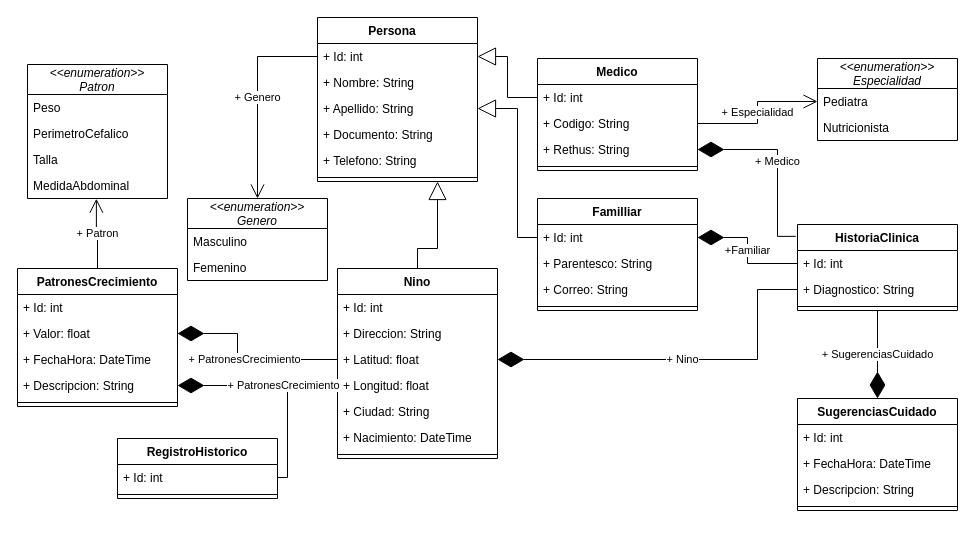
This is HogarGestorEntidades.drawio from dusaguro/HogarGestor, a draw.io file, before an edit. Source tidied: cells renumbered, new cells numbered last; positions are measured from the earlier drawing's top-left corner, leaving out a move shared by most shapes. Both pictures are drawn from the tidied source at 100%, with x=0, y=0 at pixel (17, 17).
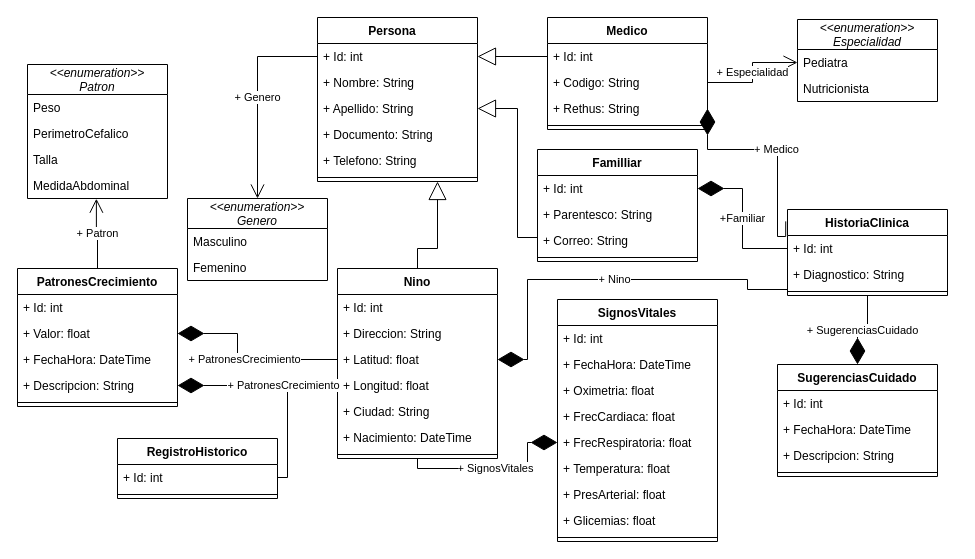
After the change.

The change refers to these unchanged cells:
```xml
<mxCell id="24" value="Nino" style="swimlane;fontStyle=1;align=center;verticalAlign=top;horizontal=1;startSize=26;" parent="1" vertex="1">
  <mxGeometry x="320" y="251" width="160" height="190" as="geometry" />
</mxCell>
<mxCell id="27" value="+ Latitud: float" style="text;strokeColor=none;fillColor=none;align=left;verticalAlign=top;spacingLeft=4;spacingRight=4;overflow=hidden;points=[[0,0.5],[1,0.5]];portConstraint=eastwest;" parent="24" vertex="1">
  <mxGeometry y="78" width="160" height="26" as="geometry" />
</mxCell>
<mxCell id="40" value="+ Diagnostico: String" style="text;strokeColor=none;fillColor=none;align=left;verticalAlign=top;spacingLeft=4;spacingRight=4;overflow=hidden;points=[[0,0.5],[1,0.5]];portConstraint=eastwest;" parent="38" vertex="1">
  <mxGeometry y="52" width="160" height="26" as="geometry" />
</mxCell>
```

What changed in the source:
```diff
@@
     <mxCell id="9" value="Familliar" style="swimlane;fontStyle=1;align=center;verticalAlign=top;horizontal=1;startSize=26;" parent="1" vertex="1">
-      <mxGeometry x="520" y="181" width="160" height="112" as="geometry" />
+      <mxGeometry x="520" y="132" width="160" height="112" as="geometry" />
     </mxCell>
@@
     <mxCell id="14" value="Medico" style="swimlane;fontStyle=1;align=center;verticalAlign=top;horizontal=1;startSize=26;" parent="1" vertex="1">
-      <mxGeometry x="520" y="41" width="160" height="112" as="geometry" />
+      <mxGeometry x="530" width="160" height="112" as="geometry" />
     </mxCell>
@@
     <mxCell id="19" value="&lt;&lt;enumeration&gt;&gt;&#10;Especialidad" style="swimlane;fontStyle=2;horizontal=1;startSize=30;fillColor=none;" parent="1" vertex="1">
-      <mxGeometry x="800" y="41" width="140" height="82" as="geometry" />
+      <mxGeometry x="780" y="2" width="140" height="82" as="geometry" />
     </mxCell>
@@
     <mxCell id="38" value="HistoriaClinica" style="swimlane;fontStyle=1;align=center;verticalAlign=top;horizontal=1;startSize=26;" parent="1" vertex="1">
-      <mxGeometry x="780" y="207" width="160" height="86" as="geometry" />
+      <mxGeometry x="770" y="192" width="160" height="86" as="geometry" />
     </mxCell>
@@
     <mxCell id="44" value="+ Nino" style="endArrow=diamondThin;endFill=1;endSize=24;html=1;rounded=0;entryX=1;entryY=0.5;entryDx=0;entryDy=0;exitX=0;exitY=0.5;exitDx=0;exitDy=0;edgeStyle=orthogonalEdgeStyle;" parent="1" edge="1" source="40" target="27">
       <mxGeometry relative="1" as="geometry">
         <Array as="points">
-          <mxPoint x="740" y="272" />
-          <mxPoint x="740" y="342" />
+          <mxPoint x="730" y="272" />
+          <mxPoint x="730" y="262" />
+          <mxPoint x="510" y="262" />
+          <mxPoint x="510" y="342" />
         </Array>
       </mxGeometry>
     </mxCell>
     <mxCell id="45" value="SugerenciasCuidado" style="swimlane;fontStyle=1;align=center;verticalAlign=top;horizontal=1;startSize=26;" parent="1" vertex="1">
-      <mxGeometry x="780" y="381" width="160" height="112" as="geometry" />
+      <mxGeometry x="760" y="347" width="160" height="112" as="geometry" />
     </mxCell>
@@
+    <mxCell id="68" value="SignosVitales" style="swimlane;fontStyle=1;align=center;verticalAlign=top;horizontal=1;startSize=26;" parent="1" vertex="1">
+      <mxGeometry x="540" y="282" width="160" height="242" as="geometry" />
+    </mxCell>
+    <mxCell id="69" value="+ Id: int" style="text;strokeColor=none;fillColor=none;align=left;verticalAlign=top;spacingLeft=4;spacingRight=4;overflow=hidden;" parent="68" vertex="1">
+      <mxGeometry y="26" width="160" height="26" as="geometry" />
+    </mxCell>
+    <mxCell id="70" value="+ FechaHora: DateTime" style="text;strokeColor=none;fillColor=none;align=left;verticalAlign=top;spacingLeft=4;spacingRight=4;overflow=hidden;" parent="68" vertex="1">
+      <mxGeometry y="52" width="160" height="26" as="geometry" />
+    </mxCell>
+    <mxCell id="71" value="+ Oximetria: float" style="text;strokeColor=none;fillColor=none;align=left;verticalAlign=top;spacingLeft=4;spacingRight=4;overflow=hidden;" parent="68" vertex="1">
+      <mxGeometry y="78" width="160" height="26" as="geometry" />
+    </mxCell>
+    <mxCell id="72" value="+ FrecCardiaca: float" style="text;strokeColor=none;fillColor=none;align=left;verticalAlign=top;spacingLeft=4;spacingRight=4;overflow=hidden;" parent="68" vertex="1">
+      <mxGeometry y="104" width="160" height="26" as="geometry" />
+    </mxCell>
+    <mxCell id="73" value="+ FrecRespiratoria: float" style="text;strokeColor=none;fillColor=none;align=left;verticalAlign=top;spacingLeft=4;spacingRight=4;overflow=hidden;points=[[0,0.5],[1,0.5]];portConstraint=eastwest;" parent="68" vertex="1">
+      <mxGeometry y="130" width="160" height="26" as="geometry" />
+    </mxCell>
+    <mxCell id="74" value="+ Temperatura: float" style="text;strokeColor=none;fillColor=none;align=left;verticalAlign=top;spacingLeft=4;spacingRight=4;overflow=hidden;" parent="68" vertex="1">
+      <mxGeometry y="156" width="160" height="26" as="geometry" />
+    </mxCell>
+    <mxCell id="75" value="+ PresArterial: float" style="text;strokeColor=none;fillColor=none;align=left;verticalAlign=top;spacingLeft=4;spacingRight=4;overflow=hidden;" parent="68" vertex="1">
+      <mxGeometry y="182" width="160" height="26" as="geometry" />
+    </mxCell>
+    <mxCell id="76" value="+ Glicemias: float" style="text;strokeColor=none;fillColor=none;align=left;verticalAlign=top;spacingLeft=4;spacingRight=4;overflow=hidden;" parent="68" vertex="1">
+      <mxGeometry y="208" width="160" height="26" as="geometry" />
+    </mxCell>
+    <mxCell id="77" style="line;strokeWidth=1;fillColor=none;align=left;verticalAlign=middle;spacingTop=-1;spacingLeft=3;spacingRight=3;labelPosition=right;" parent="68" vertex="1">
+      <mxGeometry y="234" width="160" height="8" as="geometry" />
+    </mxCell>
+    <mxCell id="78" value="+ SignosVitales" style="endArrow=diamondThin;endFill=1;endSize=24;html=1;rounded=0;exitX=0.5;exitY=1;exitDx=0;exitDy=0;entryX=0;entryY=0.5;entryDx=0;entryDy=0;edgeStyle=orthogonalEdgeStyle;" parent="1" edge="1" source="24" target="73">
+      <mxGeometry relative="1" as="geometry" />
+    </mxCell>
```
